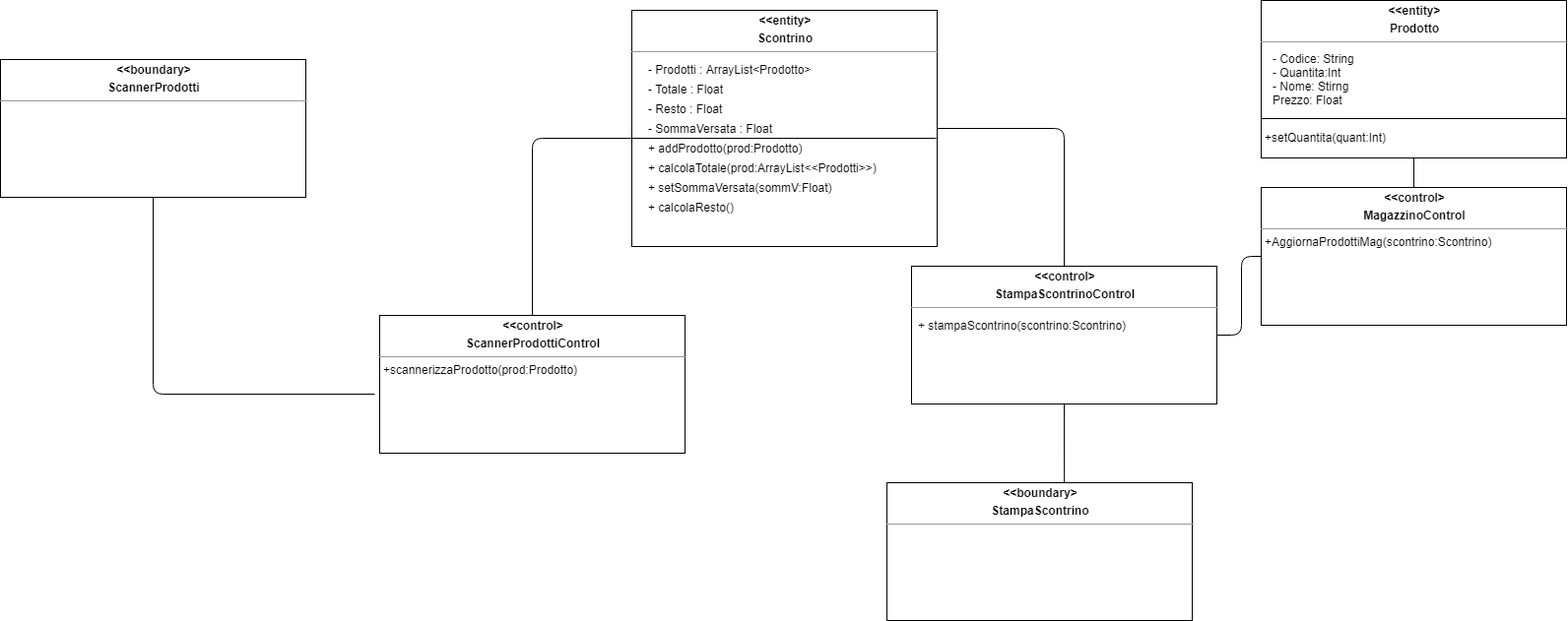
Above: Object&SequenceDiagram/OD_1.png in Ciro-Fusco/NewDM (draw.io), before the change. Source tidied: cells renumbered, new cells last; positions are measured from the earlier drawing's top-left corner, leaving out a move shared by most shapes.
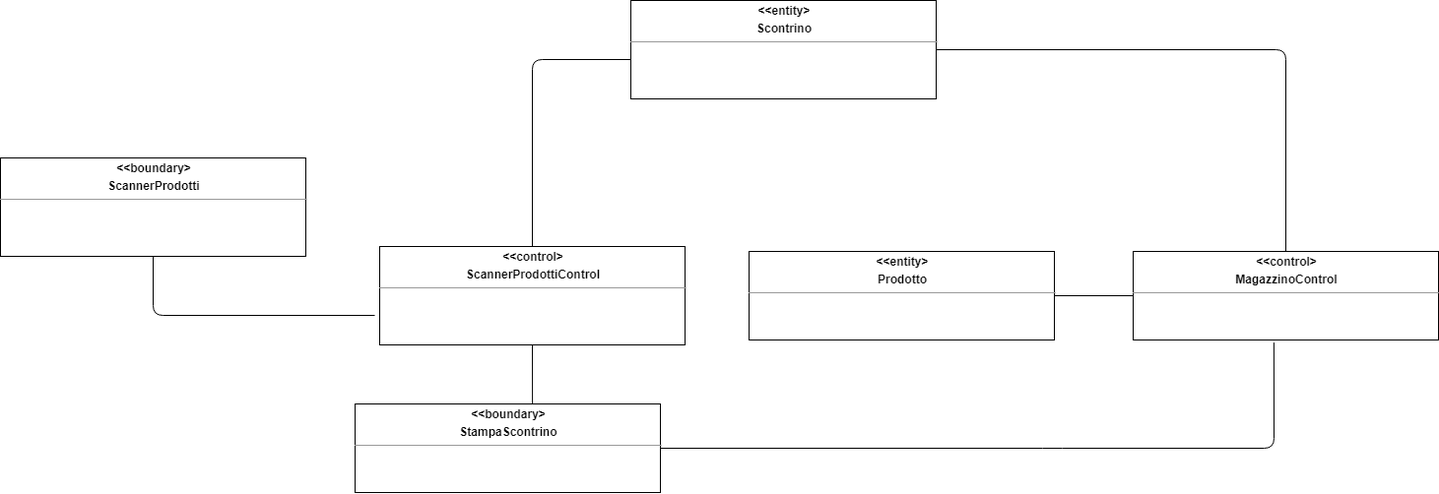
After the change.

Diff of the diagram source:
```diff
@@ -3,56 +3,20 @@
     <mxCell id="0" />
     <mxCell id="1" parent="0" />
     <mxCell id="2" value="&lt;p style=&quot;margin: 0px ; margin-top: 4px ; text-align: center&quot;&gt;&lt;b&gt;&amp;lt;&amp;lt;entity&amp;gt;&lt;/b&gt;&lt;/p&gt;&lt;p style=&quot;margin: 0px ; margin-top: 4px ; text-align: center&quot;&gt;&lt;b&gt;Scontrino&lt;/b&gt;&lt;/p&gt;&lt;hr size=&quot;1&quot;&gt;&lt;p style=&quot;margin: 0px ; margin-left: 4px&quot;&gt;&lt;br&gt;&lt;/p&gt;" style="verticalAlign=top;align=left;overflow=fill;fontSize=12;fontFamily=Helvetica;html=1;rounded=0;shadow=0;comic=0;labelBackgroundColor=none;strokeWidth=1;" parent="1" vertex="1">
-      <mxGeometry x="641" y="10" width="310" height="240" as="geometry" />
+      <mxGeometry x="640" y="80" width="310" height="100" as="geometry" />
     </mxCell>
-    <mxCell id="3" value="+ calcolaTotale(prod:ArrayList&amp;lt;&amp;lt;Prodotti&amp;gt;&amp;gt;)" style="text;html=1;strokeColor=none;fillColor=none;align=left;verticalAlign=middle;whiteSpace=wrap;rounded=0;" parent="1" vertex="1">
-      <mxGeometry x="656" y="160" width="260" height="20" as="geometry" />
-    </mxCell>
-    <mxCell id="4" value="+ calcolaResto()" style="text;html=1;strokeColor=none;fillColor=none;align=left;verticalAlign=middle;whiteSpace=wrap;rounded=0;" parent="1" vertex="1">
-      <mxGeometry x="656" y="200" width="260" height="20" as="geometry" />
-    </mxCell>
-    <mxCell id="5" value="+ setSommaVersata(sommV:Float)" style="text;html=1;strokeColor=none;fillColor=none;align=left;verticalAlign=middle;whiteSpace=wrap;rounded=0;" parent="1" vertex="1">
-      <mxGeometry x="656" y="180" width="260" height="20" as="geometry" />
-    </mxCell>
-    <mxCell id="6" style="endArrow=none;html=1;" parent="1" edge="1">
-      <mxGeometry relative="1" as="geometry">
-        <mxPoint x="950" y="140" as="sourcePoint" />
-        <mxPoint x="640" y="140" as="targetPoint" />
-      </mxGeometry>
-    </mxCell>
-    <mxCell id="7" value="- Prodotti : ArrayList&amp;lt;Prodotto&amp;gt;" style="text;html=1;strokeColor=none;fillColor=none;align=left;verticalAlign=middle;whiteSpace=wrap;rounded=0;" parent="1" vertex="1">
-      <mxGeometry x="656" y="60" width="200" height="20" as="geometry" />
-    </mxCell>
-    <mxCell id="8" value="- Totale : Float" style="text;html=1;strokeColor=none;fillColor=none;align=left;verticalAlign=middle;whiteSpace=wrap;rounded=0;" parent="1" vertex="1">
-      <mxGeometry x="656" y="80" width="200" height="20" as="geometry" />
-    </mxCell>
-    <mxCell id="9" value="- Resto : Float" style="text;html=1;strokeColor=none;fillColor=none;align=left;verticalAlign=middle;whiteSpace=wrap;rounded=0;" parent="1" vertex="1">
-      <mxGeometry x="656" y="100" width="200" height="20" as="geometry" />
-    </mxCell>
-    <mxCell id="10" value="- SommaVersata : Float" style="text;html=1;strokeColor=none;fillColor=none;align=left;verticalAlign=middle;whiteSpace=wrap;rounded=0;" parent="1" vertex="1">
-      <mxGeometry x="656" y="120" width="200" height="20" as="geometry" />
-    </mxCell>
     <mxCell id="11" value="&lt;p style=&quot;margin: 0px ; margin-top: 4px ; text-align: center&quot;&gt;&lt;b&gt;&amp;lt;&amp;lt;boundary&amp;gt;&lt;/b&gt;&lt;/p&gt;&lt;p style=&quot;margin: 0px ; margin-top: 4px ; text-align: center&quot;&gt;&lt;b&gt;ScannerProdotti&lt;/b&gt;&lt;/p&gt;&lt;hr size=&quot;1&quot;&gt;&lt;p style=&quot;margin: 0px ; margin-left: 4px&quot;&gt;&lt;br&gt;&lt;/p&gt;" style="verticalAlign=top;align=left;overflow=fill;fontSize=12;fontFamily=Helvetica;html=1;rounded=0;shadow=0;comic=0;labelBackgroundColor=none;strokeWidth=1;" parent="1" vertex="1">
-      <mxGeometry y="60" width="310" height="140" as="geometry" />
+      <mxGeometry y="240" width="310" height="100" as="geometry" />
     </mxCell>
-    <mxCell id="12" value="&lt;p style=&quot;margin: 0px ; margin-top: 4px ; text-align: center&quot;&gt;&lt;b&gt;&amp;lt;&amp;lt;control&amp;gt;&lt;/b&gt;&lt;/p&gt;&lt;p style=&quot;margin: 0px ; margin-top: 4px ; text-align: center&quot;&gt;&lt;b&gt;ScannerProdottiControl&lt;/b&gt;&lt;/p&gt;&lt;hr size=&quot;1&quot;&gt;&lt;p style=&quot;margin: 0px ; margin-left: 4px&quot;&gt;+scannerizzaProdotto(prod:Prodotto)&lt;/p&gt;" style="verticalAlign=top;align=left;overflow=fill;fontSize=12;fontFamily=Helvetica;html=1;rounded=0;shadow=0;comic=0;labelBackgroundColor=none;strokeWidth=1;" parent="1" vertex="1">
-      <mxGeometry x="385" y="320" width="310" height="140" as="geometry" />
+    <mxCell id="12" value="&lt;p style=&quot;margin: 0px ; margin-top: 4px ; text-align: center&quot;&gt;&lt;b&gt;&amp;lt;&amp;lt;control&amp;gt;&lt;/b&gt;&lt;/p&gt;&lt;p style=&quot;margin: 0px ; margin-top: 4px ; text-align: center&quot;&gt;&lt;b&gt;ScannerProdottiControl&lt;/b&gt;&lt;/p&gt;&lt;hr size=&quot;1&quot;&gt;&lt;p style=&quot;margin: 0px ; margin-left: 4px&quot;&gt;&lt;br&gt;&lt;/p&gt;" style="verticalAlign=top;align=left;overflow=fill;fontSize=12;fontFamily=Helvetica;html=1;rounded=0;shadow=0;comic=0;labelBackgroundColor=none;strokeWidth=1;" parent="1" vertex="1">
+      <mxGeometry x="385" y="330" width="310" height="100" as="geometry" />
     </mxCell>
-    <mxCell id="13" value="+ addProdotto(prod:Prodotto)" style="text;html=1;strokeColor=none;fillColor=none;align=left;verticalAlign=middle;whiteSpace=wrap;rounded=0;" parent="1" vertex="1">
-      <mxGeometry x="656" y="140" width="260" height="20" as="geometry" />
-    </mxCell>
-    <mxCell id="14" value="&lt;p style=&quot;margin: 0px ; margin-top: 4px ; text-align: center&quot;&gt;&lt;b&gt;&amp;lt;&amp;lt;control&amp;gt;&lt;/b&gt;&lt;/p&gt;&lt;p style=&quot;margin: 0px ; margin-top: 4px ; text-align: center&quot;&gt;&lt;b&gt;StampaScontrinoControl&lt;/b&gt;&lt;/p&gt;&lt;hr size=&quot;1&quot;&gt;&lt;p style=&quot;margin: 0px ; margin-left: 4px&quot;&gt;&lt;br&gt;&lt;/p&gt;" style="verticalAlign=top;align=left;overflow=fill;fontSize=12;fontFamily=Helvetica;html=1;rounded=0;shadow=0;comic=0;labelBackgroundColor=none;strokeWidth=1;" parent="1" vertex="1">
-      <mxGeometry x="925" y="270" width="310" height="140" as="geometry" />
-    </mxCell>
     <mxCell id="15" value="&lt;p style=&quot;margin: 0px ; margin-top: 4px ; text-align: center&quot;&gt;&lt;b&gt;&amp;lt;&amp;lt;boundary&amp;gt;&lt;/b&gt;&lt;/p&gt;&lt;p style=&quot;margin: 0px ; margin-top: 4px ; text-align: center&quot;&gt;&lt;b&gt;StampaScontrino&lt;/b&gt;&lt;/p&gt;&lt;hr size=&quot;1&quot;&gt;&lt;p style=&quot;margin: 0px ; margin-left: 4px&quot;&gt;&lt;br&gt;&lt;/p&gt;" style="verticalAlign=top;align=left;overflow=fill;fontSize=12;fontFamily=Helvetica;html=1;rounded=0;shadow=0;comic=0;labelBackgroundColor=none;strokeWidth=1;" parent="1" vertex="1">
-      <mxGeometry x="900" y="490" width="310" height="140" as="geometry" />
+      <mxGeometry x="360" y="490" width="310" height="90" as="geometry" />
     </mxCell>
-    <mxCell id="16" value="&lt;p style=&quot;margin: 0px ; margin-top: 4px ; text-align: center&quot;&gt;&lt;b&gt;&amp;lt;&amp;lt;control&amp;gt;&lt;/b&gt;&lt;/p&gt;&lt;p style=&quot;margin: 0px ; margin-top: 4px ; text-align: center&quot;&gt;&lt;b&gt;MagazzinoControl&lt;/b&gt;&lt;/p&gt;&lt;hr size=&quot;1&quot;&gt;&lt;p style=&quot;margin: 0px ; margin-left: 4px&quot;&gt;+AggiornaProdottiMag(scontrino:Scontrino)&lt;/p&gt;" style="verticalAlign=top;align=left;overflow=fill;fontSize=12;fontFamily=Helvetica;html=1;rounded=0;shadow=0;comic=0;labelBackgroundColor=none;strokeWidth=1;" parent="1" vertex="1">
-      <mxGeometry x="1280" y="190" width="310" height="140" as="geometry" />
+    <mxCell id="16" value="&lt;p style=&quot;margin: 0px ; margin-top: 4px ; text-align: center&quot;&gt;&lt;b&gt;&amp;lt;&amp;lt;control&amp;gt;&lt;/b&gt;&lt;/p&gt;&lt;p style=&quot;margin: 0px ; margin-top: 4px ; text-align: center&quot;&gt;&lt;b&gt;MagazzinoControl&lt;/b&gt;&lt;/p&gt;&lt;hr size=&quot;1&quot;&gt;&lt;p style=&quot;margin: 0px ; margin-left: 4px&quot;&gt;&lt;br&gt;&lt;/p&gt;" style="verticalAlign=top;align=left;overflow=fill;fontSize=12;fontFamily=Helvetica;html=1;rounded=0;shadow=0;comic=0;labelBackgroundColor=none;strokeWidth=1;" parent="1" vertex="1">
+      <mxGeometry x="1150" y="335" width="310" height="90" as="geometry" />
     </mxCell>
-    <mxCell id="17" value="+ stampaScontrino(scontrino:Scontrino)" style="text;html=1;strokeColor=none;fillColor=none;align=left;verticalAlign=middle;whiteSpace=wrap;rounded=0;" parent="1" vertex="1">
-      <mxGeometry x="930" y="320" width="260" height="20" as="geometry" />
-    </mxCell>
     <mxCell id="18" style="endArrow=none;html=1;strokeColor=#000000;entryX=0.5;entryY=1;entryDx=0;entryDy=0;" parent="1" edge="1" target="11">
       <mxGeometry relative="1" as="geometry">
         <mxPoint x="380" y="400" as="sourcePoint" />
@@ -69,35 +33,29 @@
         </Array>
       </mxGeometry>
     </mxCell>
-    <mxCell id="20" style="endArrow=none;html=1;strokeColor=#000000;exitX=1;exitY=0.5;exitDx=0;exitDy=0;entryX=0.5;entryY=0;entryDx=0;entryDy=0;" parent="1" edge="1" source="2" target="14">
+    <mxCell id="20" style="endArrow=none;html=1;strokeColor=#000000;exitX=1;exitY=0.5;exitDx=0;exitDy=0;entryX=0.5;entryY=0;entryDx=0;entryDy=0;" parent="1" edge="1" source="2" target="16">
       <mxGeometry relative="1" as="geometry">
         <Array as="points">
-          <mxPoint x="1080" y="130" />
+          <mxPoint x="1305" y="130" />
         </Array>
       </mxGeometry>
     </mxCell>
-    <mxCell id="21" style="endArrow=none;html=1;strokeColor=#000000;entryX=0.5;entryY=1;entryDx=0;entryDy=0;exitX=0.581;exitY=0;exitDx=0;exitDy=0;exitPerimeter=0;" parent="1" edge="1" source="15" target="14">
+    <mxCell id="21" style="endArrow=none;html=1;strokeColor=#000000;exitX=0.581;exitY=0;exitDx=0;exitDy=0;exitPerimeter=0;entryX=0.5;entryY=1;entryDx=0;entryDy=0;" parent="1" edge="1" source="15" target="12">
       <mxGeometry relative="1" as="geometry" />
     </mxCell>
-    <mxCell id="22" style="endArrow=none;html=1;strokeColor=#000000;exitX=1;exitY=0.5;exitDx=0;exitDy=0;entryX=0;entryY=0.5;entryDx=0;entryDy=0;" parent="1" edge="1" source="14" target="16">
-      <mxGeometry relative="1" as="geometry">
-        <Array as="points">
-          <mxPoint x="1260" y="340" />
-          <mxPoint x="1260" y="260" />
-        </Array>
-      </mxGeometry>
-    </mxCell>
-    <mxCell id="23" value="&lt;p style=&quot;margin: 0px ; margin-top: 4px ; text-align: center&quot;&gt;&lt;b&gt;&amp;lt;&amp;lt;entity&amp;gt;&lt;/b&gt;&lt;/p&gt;&lt;p style=&quot;margin: 0px ; margin-top: 4px ; text-align: center&quot;&gt;&lt;b&gt;Prodotto&lt;/b&gt;&lt;/p&gt;&lt;hr size=&quot;1&quot;&gt;&lt;p style=&quot;margin: 0px ; margin-left: 4px&quot;&gt;&lt;br&gt;&lt;/p&gt;&lt;p style=&quot;margin: 0px ; margin-left: 4px&quot;&gt;&lt;br&gt;&lt;/p&gt;&lt;p style=&quot;margin: 0px ; margin-left: 4px&quot;&gt;&lt;br&gt;&lt;/p&gt;&lt;p style=&quot;margin: 0px ; margin-left: 4px&quot;&gt;&lt;br&gt;&lt;/p&gt;&lt;p style=&quot;margin: 0px ; margin-left: 4px&quot;&gt;&lt;span&gt;&lt;br&gt;&lt;/span&gt;&lt;/p&gt;&lt;p style=&quot;margin: 0px ; margin-left: 4px&quot;&gt;&lt;span&gt;&lt;br&gt;&lt;/span&gt;&lt;/p&gt;&lt;p style=&quot;margin: 0px ; margin-left: 4px&quot;&gt;&lt;span&gt;+setQuantita(quant:Int)&lt;/span&gt;&lt;br&gt;&lt;/p&gt;" style="verticalAlign=top;align=left;overflow=fill;fontSize=12;fontFamily=Helvetica;html=1;rounded=0;shadow=0;comic=0;labelBackgroundColor=none;strokeWidth=1;" parent="1" vertex="1">
-      <mxGeometry x="1280" width="310" height="160" as="geometry" />
+    <mxCell id="23" value="&lt;p style=&quot;margin: 0px ; margin-top: 4px ; text-align: center&quot;&gt;&lt;b&gt;&amp;lt;&amp;lt;entity&amp;gt;&lt;/b&gt;&lt;/p&gt;&lt;p style=&quot;margin: 0px ; margin-top: 4px ; text-align: center&quot;&gt;&lt;b&gt;Prodotto&lt;/b&gt;&lt;/p&gt;&lt;hr size=&quot;1&quot;&gt;&lt;p style=&quot;margin: 0px ; margin-left: 4px&quot;&gt;&lt;br&gt;&lt;/p&gt;" style="verticalAlign=top;align=left;overflow=fill;fontSize=12;fontFamily=Helvetica;html=1;rounded=0;shadow=0;comic=0;labelBackgroundColor=none;strokeWidth=1;" parent="1" vertex="1">
+      <mxGeometry x="760" y="335" width="310" height="90" as="geometry" />
     </mxCell>
-    <mxCell id="24" style="endArrow=none;html=1;entryX=0;entryY=0.75;entryDx=0;entryDy=0;exitX=1;exitY=0.75;exitDx=0;exitDy=0;" parent="1" edge="1" source="23" target="23">
-      <mxGeometry relative="1" as="geometry" />
-    </mxCell>
-    <mxCell id="25" value="- Codice: String&lt;br&gt;- Quantita:Int&lt;br&gt;- Nome: Stirng&lt;br&gt;Prezzo: Float" style="text;html=1;strokeColor=none;fillColor=none;align=left;verticalAlign=middle;whiteSpace=wrap;rounded=0;" parent="1" vertex="1">
-      <mxGeometry x="1290" y="70" width="200" height="20" as="geometry" />
-    </mxCell>
-    <mxCell id="26" style="endArrow=none;html=1;entryX=0.5;entryY=1;entryDx=0;entryDy=0;exitX=0.5;exitY=0;exitDx=0;exitDy=0;" parent="1" edge="1" source="16" target="23">
-      <mxGeometry relative="1" as="geometry" />
-    </mxCell>
+    <mxCell id="27" style="endArrow=none;html=1;strokeColor=#000000;exitX=1;exitY=0.5;exitDx=0;exitDy=0;entryX=0.461;entryY=1.029;entryDx=0;entryDy=0;entryPerimeter=0;" parent="1" edge="1" source="15" target="16">
+      <mxGeometry relative="1" as="geometry">
+        <Array as="points">
+          <mxPoint x="1068" y="535" />
+          <mxPoint x="1293" y="535" />
+        </Array>
+      </mxGeometry>
+    </mxCell>
+    <mxCell id="28" style="endArrow=none;html=1;strokeColor=#000000;exitX=1;exitY=0.5;exitDx=0;exitDy=0;entryX=0;entryY=0.5;entryDx=0;entryDy=0;" parent="1" edge="1" source="23" target="16">
+      <mxGeometry relative="1" as="geometry" />
+    </mxCell>
   </root>
 </mxGraphModel>
```
